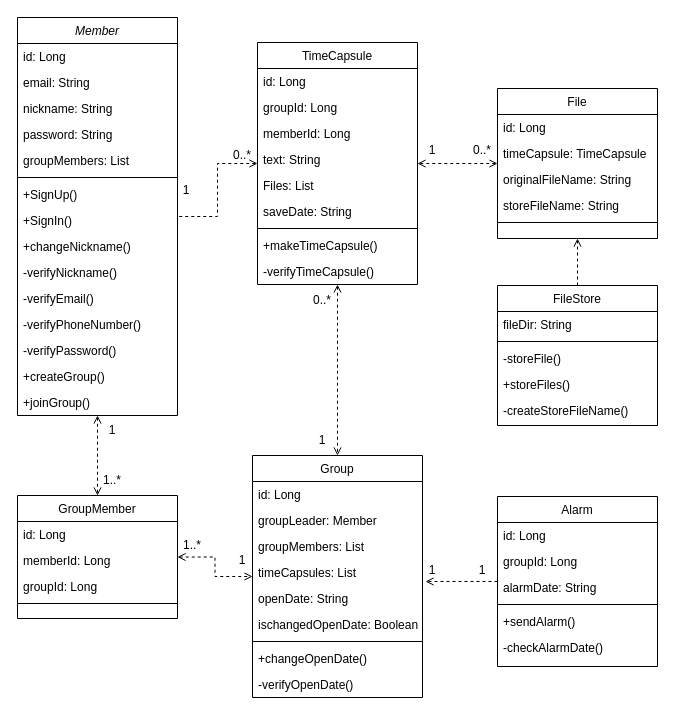
Before: documents/ClassDiagram.drawio in Chaewon241/timecapsule, a draw.io diagram. Source tidied: cells renumbered, new cells numbered last; positions are measured from the earlier drawing's top-left corner, leaving out a move shared by most shapes. Both pictures are drawn from the tidied source at 100%, with x=0, y=0 at pixel (17, 17).
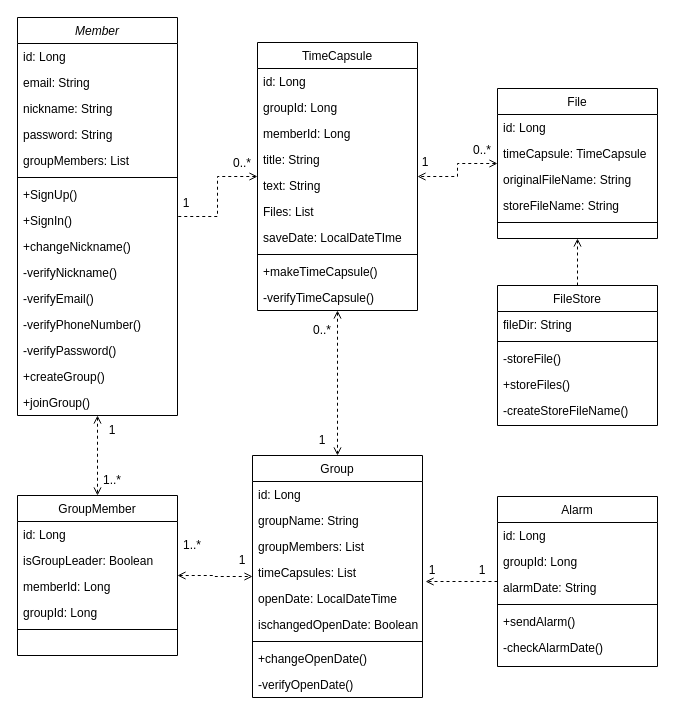
After the change.

Unchanged cells that the change refers to:
```xml
<mxCell id="55" value="Group" style="swimlane;fontStyle=0;align=center;verticalAlign=top;horizontal=1;startSize=26;rounded=0;shadow=0;strokeWidth=1;" parent="1" vertex="1">
  <mxGeometry x="235" y="438" width="170" height="242" as="geometry" />
</mxCell>
```

Diff of the diagram source:
```diff
@@
     <mxCell id="21" value="TimeCapsule" style="swimlane;fontStyle=0;align=center;verticalAlign=top;horizontal=1;startSize=26;rounded=0;shadow=0;strokeWidth=1;" parent="1" vertex="1">
-      <mxGeometry x="240" y="25" width="160" height="242" as="geometry" />
+      <mxGeometry x="240" y="25" width="160" height="268" as="geometry" />
     </mxCell>
@@
+    <mxCell id="81" value="title: String" style="text;align=left;verticalAlign=top;spacingLeft=4;spacingRight=4;overflow=hidden;rounded=0;shadow=0;html=0;" parent="21" vertex="1">
+      <mxGeometry y="104" width="160" height="26" as="geometry" />
+    </mxCell>
     <mxCell id="25" value="text: String" style="text;align=left;verticalAlign=top;spacingLeft=4;spacingRight=4;overflow=hidden;rounded=0;shadow=0;html=0;" parent="21" vertex="1">
-      <mxGeometry y="104" width="160" height="26" as="geometry" />
+      <mxGeometry y="130" width="160" height="26" as="geometry" />
     </mxCell>
     <mxCell id="26" value="Files: List" style="text;align=left;verticalAlign=top;spacingLeft=4;spacingRight=4;overflow=hidden;rounded=0;shadow=0;html=0;" parent="21" vertex="1">
-      <mxGeometry y="130" width="160" height="26" as="geometry" />
+      <mxGeometry y="156" width="160" height="26" as="geometry" />
     </mxCell>
-    <mxCell id="27" value="saveDate: String" style="text;align=left;verticalAlign=top;spacingLeft=4;spacingRight=4;overflow=hidden;rounded=0;shadow=0;html=0;" parent="21" vertex="1">
-      <mxGeometry y="156" width="160" height="26" as="geometry" />
+    <mxCell id="27" value="saveDate: LocalDateTIme" style="text;align=left;verticalAlign=top;spacingLeft=4;spacingRight=4;overflow=hidden;rounded=0;shadow=0;html=0;" parent="21" vertex="1">
+      <mxGeometry y="182" width="160" height="26" as="geometry" />
     </mxCell>
     <mxCell id="28" style="line;html=1;strokeWidth=1;align=left;verticalAlign=middle;spacingTop=-1;spacingLeft=3;spacingRight=3;labelPosition=right;" parent="21" vertex="1">
-      <mxGeometry y="182" width="160" height="8" as="geometry" />
+      <mxGeometry y="208" width="160" height="8" as="geometry" />
     </mxCell>
     <mxCell id="29" value="+makeTimeCapsule()" style="text;align=left;verticalAlign=top;spacingLeft=4;spacingRight=4;overflow=hidden;" parent="21" vertex="1">
-      <mxGeometry y="190" width="160" height="26" as="geometry" />
+      <mxGeometry y="216" width="160" height="26" as="geometry" />
     </mxCell>
     <mxCell id="30" value="-verifyTimeCapsule()" style="text;align=left;verticalAlign=top;spacingLeft=4;spacingRight=4;overflow=hidden;" parent="21" vertex="1">
-      <mxGeometry y="216" width="160" height="26" as="geometry" />
+      <mxGeometry y="242" width="160" height="26" as="geometry" />
     </mxCell>
@@
     <mxCell id="45" value="1" style="text;html=1;strokeColor=none;fillColor=none;align=center;verticalAlign=middle;whiteSpace=wrap;rounded=0;" parent="1" vertex="1">
-      <mxGeometry x="400" y="118" width="30" height="30" as="geometry" />
+      <mxGeometry x="393" y="130" width="30" height="30" as="geometry" />
     </mxCell>
@@
     <mxCell id="47" value="1" style="text;html=1;strokeColor=none;fillColor=none;align=center;verticalAlign=middle;whiteSpace=wrap;rounded=0;" parent="1" vertex="1">
-      <mxGeometry x="154" y="158" width="30" height="30" as="geometry" />
+      <mxGeometry x="154" y="171" width="30" height="30" as="geometry" />
     </mxCell>
     <mxCell id="48" value="0..*" style="text;html=1;strokeColor=none;fillColor=none;align=center;verticalAlign=middle;whiteSpace=wrap;rounded=0;" parent="1" vertex="1">
-      <mxGeometry x="210" y="123" width="30" height="30" as="geometry" />
+      <mxGeometry x="210" y="131" width="30" height="30" as="geometry" />
     </mxCell>
@@
     <mxCell id="50" value="GroupMember" style="swimlane;fontStyle=0;align=center;verticalAlign=top;horizontal=1;startSize=26;rounded=0;shadow=0;strokeWidth=1;" parent="1" vertex="1">
-      <mxGeometry y="478" width="160" height="123" as="geometry" />
+      <mxGeometry y="478" width="160" height="160" as="geometry" />
     </mxCell>
@@
+    <mxCell id="82" value="isGroupLeader: Boolean" style="text;align=left;verticalAlign=top;spacingLeft=4;spacingRight=4;overflow=hidden;" parent="50" vertex="1">
+      <mxGeometry y="52" width="160" height="26" as="geometry" />
+    </mxCell>
     <mxCell id="52" value="memberId: Long" style="text;align=left;verticalAlign=top;spacingLeft=4;spacingRight=4;overflow=hidden;rounded=0;shadow=0;html=0;" parent="50" vertex="1">
-      <mxGeometry y="52" width="160" height="26" as="geometry" />
+      <mxGeometry y="78" width="160" height="26" as="geometry" />
     </mxCell>
     <mxCell id="53" value="groupId: Long" style="text;align=left;verticalAlign=top;spacingLeft=4;spacingRight=4;overflow=hidden;rounded=0;shadow=0;html=0;" parent="50" vertex="1">
-      <mxGeometry y="78" width="160" height="26" as="geometry" />
+      <mxGeometry y="104" width="160" height="26" as="geometry" />
     </mxCell>
     <mxCell id="54" style="line;html=1;strokeWidth=1;align=left;verticalAlign=middle;spacingTop=-1;spacingLeft=3;spacingRight=3;labelPosition=right;" parent="50" vertex="1">
-      <mxGeometry y="104" width="160" height="8" as="geometry" />
+      <mxGeometry y="130" width="160" height="8" as="geometry" />
     </mxCell>
@@
-    <mxCell id="57" value="groupLeader: Member" style="text;align=left;verticalAlign=top;spacingLeft=4;spacingRight=4;overflow=hidden;" parent="55" vertex="1">
-      <mxGeometry y="52" width="170" height="26" as="geometry" />
-    </mxCell>
+    <mxCell id="83" value="groupName: String" style="text;align=left;verticalAlign=top;spacingLeft=4;spacingRight=4;overflow=hidden;" parent="55" vertex="1">
+      <mxGeometry y="52" width="170" height="26" as="geometry" />
+    </mxCell>
@@
-    <mxCell id="60" value="openDate: String" style="text;align=left;verticalAlign=top;spacingLeft=4;spacingRight=4;overflow=hidden;points=[[0,0.5],[1,0.5]];portConstraint=eastwest;rounded=0;shadow=0;html=0;" parent="55" vertex="1">
+    <mxCell id="60" value="openDate: LocalDateTime" style="text;align=left;verticalAlign=top;spacingLeft=4;spacingRight=4;overflow=hidden;points=[[0,0.5],[1,0.5]];portConstraint=eastwest;rounded=0;shadow=0;html=0;" parent="55" vertex="1">
       <mxGeometry y="130" width="170" height="26" as="geometry" />
     </mxCell>
@@
     <mxCell id="68" value="0..*" style="text;html=1;strokeColor=none;fillColor=none;align=center;verticalAlign=middle;whiteSpace=wrap;rounded=0;" parent="1" vertex="1">
-      <mxGeometry x="290" y="268" width="30" height="30" as="geometry" />
+      <mxGeometry x="290" y="298" width="30" height="30" as="geometry" />
     </mxCell>
```
